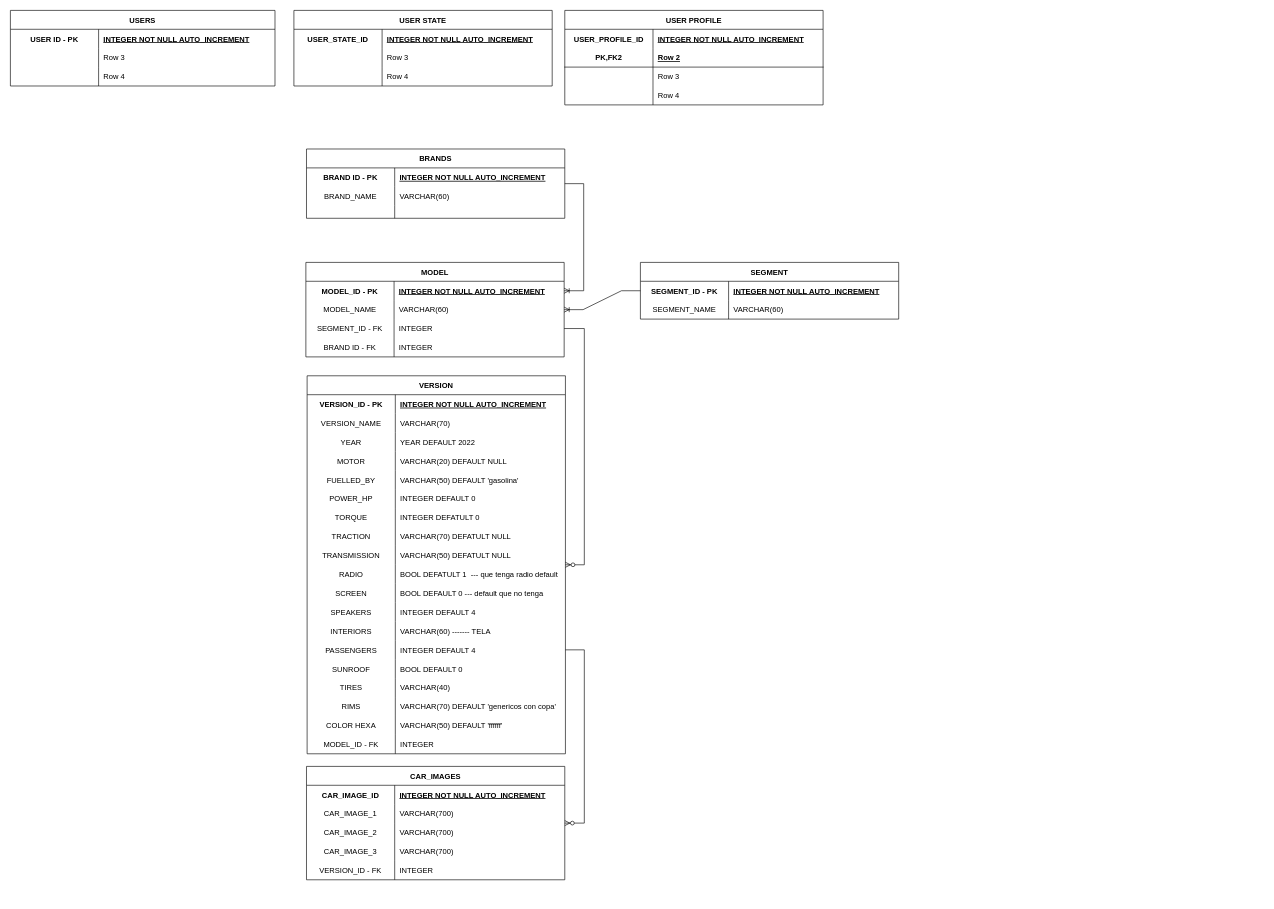
The draw.io diagram Untitled Diagram.drawio in agustinvergara/car-app-backend, before the edit. Source tidied: cells renumbered, new cells numbered last; positions are measured from the earlier drawing's top-left corner, leaving out a move shared by most shapes. Both pictures are drawn from the tidied source at 63%, with x=0, y=0 at pixel (10, 10).
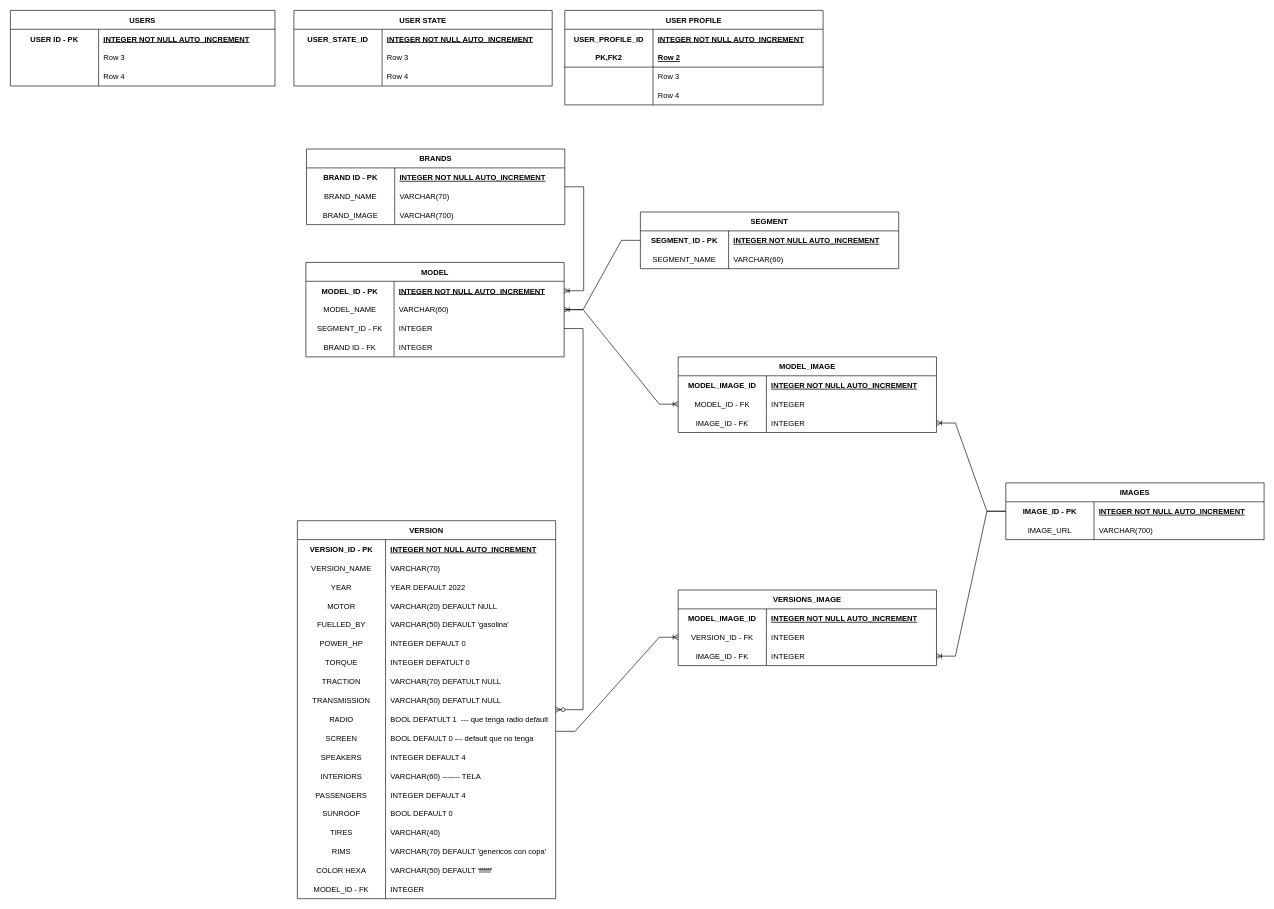
After the change.

The change refers to these unchanged cells:
```xml
<mxCell id="39" style="shape=tableRow;horizontal=0;startSize=0;swimlaneHead=0;swimlaneBody=0;fillColor=none;top=0;left=0;right=0;bottom=0;" parent="35" vertex="1">
  <mxGeometry y="60" width="410" height="30" as="geometry" />
</mxCell>
<mxCell id="52" value="MODEL" style="shape=table;startSize=30;childLayout=tableLayout;rowLines=0;fontStyle=1;align=center;" parent="1" vertex="1">
  <mxGeometry x="469" y="400" width="410" height="150" as="geometry" />
</mxCell>
<mxCell id="96" style="shape=tableRow;horizontal=0;startSize=0;swimlaneHead=0;swimlaneBody=0;fillColor=none;points=[[0,0.5],[1,0.5]];portConstraint=eastwest;top=0;left=0;right=0;bottom=0;" parent="65" vertex="1">
  <mxGeometry y="330" width="410" height="30" as="geometry" />
</mxCell>
<mxCell id="105" style="shape=tableRow;horizontal=0;startSize=0;swimlaneHead=0;swimlaneBody=0;fillColor=none;points=[[0,0.5],[1,0.5]];portConstraint=eastwest;top=0;left=0;right=0;bottom=0;" parent="65" vertex="1">
  <mxGeometry y="420" width="410" height="30" as="geometry" />
</mxCell>
```

The edit, as a diff of the source:
```diff
@@
     <mxCell id="35" value="BRANDS" style="shape=table;startSize=30;childLayout=tableLayout;rowLines=0;fontStyle=1;align=center;" parent="1" vertex="1">
-      <mxGeometry x="470" y="220" width="410" height="110" as="geometry" />
+      <mxGeometry x="470" y="220" width="410" height="120" as="geometry" />
     </mxCell>
@@
-    <mxCell id="41" value="VARCHAR(60)" style="shape=partialRectangle;fillColor=none;top=0;left=0;bottom=0;right=0;align=left;spacingLeft=6;overflow=hidden;" parent="39" vertex="1">
+    <mxCell id="41" value="VARCHAR(70)" style="shape=partialRectangle;fillColor=none;top=0;left=0;bottom=0;right=0;align=left;spacingLeft=6;overflow=hidden;" parent="39" vertex="1">
       <mxGeometry x="140" width="270" height="30" as="geometry" />
     </mxCell>
-    <mxCell id="42" style="shape=tableRow;horizontal=0;startSize=0;swimlaneHead=0;swimlaneBody=0;fillColor=none;top=0;left=0;right=0;bottom=0;" parent="35" vertex="1">
-      <mxGeometry y="90" width="410" height="20" as="geometry" />
-    </mxCell>
-    <mxCell id="43" style="shape=partialRectangle;fillColor=none;top=0;left=0;bottom=0;right=0;overflow=hidden;" parent="42" vertex="1">
-      <mxGeometry width="140" height="20" as="geometry" />
-    </mxCell>
-    <mxCell id="44" style="shape=partialRectangle;fillColor=none;top=0;left=0;bottom=0;right=0;align=left;spacingLeft=6;overflow=hidden;" parent="42" vertex="1">
-      <mxGeometry x="140" width="270" height="20" as="geometry" />
-    </mxCell>
+    <mxCell id="143" style="shape=tableRow;horizontal=0;startSize=0;swimlaneHead=0;swimlaneBody=0;fillColor=none;top=0;left=0;right=0;bottom=0;" parent="35" vertex="1">
+      <mxGeometry y="90" width="410" height="30" as="geometry" />
+    </mxCell>
+    <mxCell id="144" value="BRAND_IMAGE" style="shape=partialRectangle;fillColor=none;top=0;left=0;bottom=0;right=0;overflow=hidden;" parent="143" vertex="1">
+      <mxGeometry width="140" height="30" as="geometry" />
+    </mxCell>
+    <mxCell id="145" value="VARCHAR(700)" style="shape=partialRectangle;fillColor=none;top=0;left=0;bottom=0;right=0;align=left;spacingLeft=6;overflow=hidden;" parent="143" vertex="1">
+      <mxGeometry x="140" width="270" height="30" as="geometry" />
+    </mxCell>
     <mxCell id="45" value="SEGMENT" style="shape=table;startSize=30;childLayout=tableLayout;rowLines=0;fontStyle=1;align=center;" parent="1" vertex="1">
-      <mxGeometry x="1000" y="400" width="410" height="90" as="geometry" />
+      <mxGeometry x="1000" y="320" width="410" height="90" as="geometry" />
     </mxCell>
@@
     <mxCell id="65" value="VERSION" style="shape=table;startSize=30;childLayout=tableLayout;rowLines=0;fontStyle=1;align=center;" parent="1" vertex="1">
-      <mxGeometry x="471" y="580" width="410" height="600" as="geometry" />
+      <mxGeometry x="455.5" y="810" width="410" height="600" as="geometry" />
     </mxCell>
@@
-    <mxCell id="123" value="CAR_IMAGES" style="shape=table;startSize=30;childLayout=tableLayout;rowLines=0;fontStyle=1;align=center;" parent="1" vertex="1">
-      <mxGeometry x="470" y="1200" width="410" height="180" as="geometry" />
-    </mxCell>
-    <mxCell id="124" style="shape=tableRow;horizontal=0;startSize=0;swimlaneHead=0;swimlaneBody=0;fillColor=none;top=0;left=0;right=0;bottom=0;" parent="123" vertex="1">
-      <mxGeometry y="30" width="410" height="30" as="geometry" />
-    </mxCell>
-    <mxCell id="125" value="CAR_IMAGE_ID" style="shape=partialRectangle;fillColor=none;top=0;left=0;bottom=0;right=0;fontStyle=1;overflow=hidden;" parent="124" vertex="1">
-      <mxGeometry width="140" height="30" as="geometry" />
-    </mxCell>
-    <mxCell id="126" value="INTEGER NOT NULL AUTO_INCREMENT" style="shape=partialRectangle;fillColor=none;top=0;left=0;bottom=0;right=0;align=left;spacingLeft=6;fontStyle=5;overflow=hidden;" parent="124" vertex="1">
-      <mxGeometry x="140" width="270" height="30" as="geometry" />
-    </mxCell>
-    <mxCell id="127" style="shape=tableRow;horizontal=0;startSize=0;swimlaneHead=0;swimlaneBody=0;fillColor=none;top=0;left=0;right=0;bottom=0;" parent="123" vertex="1">
-      <mxGeometry y="60" width="410" height="30" as="geometry" />
-    </mxCell>
-    <mxCell id="128" value="CAR_IMAGE_1" style="shape=partialRectangle;fillColor=none;top=0;left=0;bottom=0;right=0;overflow=hidden;" parent="127" vertex="1">
-      <mxGeometry width="140" height="30" as="geometry" />
-    </mxCell>
-    <mxCell id="129" value="VARCHAR(700)" style="shape=partialRectangle;fillColor=none;top=0;left=0;bottom=0;right=0;align=left;spacingLeft=6;overflow=hidden;" parent="127" vertex="1">
-      <mxGeometry x="140" width="270" height="30" as="geometry" />
-    </mxCell>
-    <mxCell id="130" style="shape=tableRow;horizontal=0;startSize=0;swimlaneHead=0;swimlaneBody=0;fillColor=none;top=0;left=0;right=0;bottom=0;" parent="123" vertex="1">
-      <mxGeometry y="90" width="410" height="30" as="geometry" />
-    </mxCell>
-    <mxCell id="131" value="CAR_IMAGE_2" style="shape=partialRectangle;fillColor=none;top=0;left=0;bottom=0;right=0;overflow=hidden;" parent="130" vertex="1">
-      <mxGeometry width="140" height="30" as="geometry" />
-    </mxCell>
-    <mxCell id="132" value="VARCHAR(700)" style="shape=partialRectangle;fillColor=none;top=0;left=0;bottom=0;right=0;align=left;spacingLeft=6;overflow=hidden;" parent="130" vertex="1">
-      <mxGeometry x="140" width="270" height="30" as="geometry" />
-    </mxCell>
-    <mxCell id="133" style="shape=tableRow;horizontal=0;startSize=0;swimlaneHead=0;swimlaneBody=0;fillColor=none;top=0;left=0;right=0;bottom=0;" parent="123" vertex="1">
-      <mxGeometry y="120" width="410" height="30" as="geometry" />
-    </mxCell>
-    <mxCell id="134" value="CAR_IMAGE_3" style="shape=partialRectangle;fillColor=none;top=0;left=0;bottom=0;right=0;overflow=hidden;" parent="133" vertex="1">
-      <mxGeometry width="140" height="30" as="geometry" />
-    </mxCell>
-    <mxCell id="135" value="VARCHAR(700)" style="shape=partialRectangle;fillColor=none;top=0;left=0;bottom=0;right=0;align=left;spacingLeft=6;overflow=hidden;" parent="133" vertex="1">
-      <mxGeometry x="140" width="270" height="30" as="geometry" />
-    </mxCell>
-    <mxCell id="136" style="shape=tableRow;horizontal=0;startSize=0;swimlaneHead=0;swimlaneBody=0;fillColor=none;top=0;left=0;right=0;bottom=0;" parent="123" vertex="1">
-      <mxGeometry y="150" width="410" height="30" as="geometry" />
-    </mxCell>
-    <mxCell id="137" value="VERSION_ID - FK" style="shape=partialRectangle;fillColor=none;top=0;left=0;bottom=0;right=0;overflow=hidden;" parent="136" vertex="1">
-      <mxGeometry width="140" height="30" as="geometry" />
-    </mxCell>
-    <mxCell id="138" value="INTEGER" style="shape=partialRectangle;fillColor=none;top=0;left=0;bottom=0;right=0;align=left;spacingLeft=6;overflow=hidden;" parent="136" vertex="1">
-      <mxGeometry x="140" width="270" height="30" as="geometry" />
-    </mxCell>
@@
-    <mxCell id="141" style="edgeStyle=entityRelationEdgeStyle;fontSize=12;html=1;endArrow=ERzeroToMany;endFill=1;rounded=0;" parent="1" edge="1" source="105" target="123">
-      <mxGeometry relative="1" as="geometry" />
-    </mxCell>
@@
+    <mxCell id="146" value="IMAGES" style="shape=table;startSize=30;childLayout=tableLayout;rowLines=0;fontStyle=1;align=center;" parent="1" vertex="1">
+      <mxGeometry x="1580" y="750" width="410" height="90" as="geometry" />
+    </mxCell>
+    <mxCell id="147" style="shape=tableRow;horizontal=0;startSize=0;swimlaneHead=0;swimlaneBody=0;fillColor=none;points=[[0,0.5],[1,0.5]];portConstraint=eastwest;top=0;left=0;right=0;bottom=0;" parent="146" vertex="1">
+      <mxGeometry y="30" width="410" height="30" as="geometry" />
+    </mxCell>
+    <mxCell id="148" value="IMAGE_ID - PK" style="shape=partialRectangle;fillColor=none;top=0;left=0;bottom=0;right=0;fontStyle=1;overflow=hidden;" parent="147" vertex="1">
+      <mxGeometry width="140" height="30" as="geometry" />
+    </mxCell>
+    <mxCell id="149" value="INTEGER NOT NULL AUTO_INCREMENT" style="shape=partialRectangle;fillColor=none;top=0;left=0;bottom=0;right=0;align=left;spacingLeft=6;fontStyle=5;overflow=hidden;" parent="147" vertex="1">
+      <mxGeometry x="140" width="270" height="30" as="geometry" />
+    </mxCell>
+    <mxCell id="150" style="shape=tableRow;horizontal=0;startSize=0;swimlaneHead=0;swimlaneBody=0;fillColor=none;top=0;left=0;right=0;bottom=0;" parent="146" vertex="1">
+      <mxGeometry y="60" width="410" height="30" as="geometry" />
+    </mxCell>
+    <mxCell id="151" value="IMAGE_URL" style="shape=partialRectangle;fillColor=none;top=0;left=0;bottom=0;right=0;overflow=hidden;" parent="150" vertex="1">
+      <mxGeometry width="140" height="30" as="geometry" />
+    </mxCell>
+    <mxCell id="152" value="VARCHAR(700)" style="shape=partialRectangle;fillColor=none;top=0;left=0;bottom=0;right=0;align=left;spacingLeft=6;overflow=hidden;" parent="150" vertex="1">
+      <mxGeometry x="140" width="270" height="30" as="geometry" />
+    </mxCell>
+    <mxCell id="153" value="MODEL_IMAGE" style="shape=table;startSize=30;childLayout=tableLayout;rowLines=0;fontStyle=1;align=center;" parent="1" vertex="1">
+      <mxGeometry x="1060" y="550" width="410" height="120" as="geometry" />
+    </mxCell>
+    <mxCell id="154" style="shape=tableRow;horizontal=0;startSize=0;swimlaneHead=0;swimlaneBody=0;fillColor=none;top=0;left=0;right=0;bottom=0;" parent="153" vertex="1">
+      <mxGeometry y="30" width="410" height="30" as="geometry" />
+    </mxCell>
+    <mxCell id="155" value="MODEL_IMAGE_ID" style="shape=partialRectangle;fillColor=none;top=0;left=0;bottom=0;right=0;fontStyle=1;overflow=hidden;" parent="154" vertex="1">
+      <mxGeometry width="140" height="30" as="geometry" />
+    </mxCell>
+    <mxCell id="156" value="INTEGER NOT NULL AUTO_INCREMENT" style="shape=partialRectangle;fillColor=none;top=0;left=0;bottom=0;right=0;align=left;spacingLeft=6;fontStyle=5;overflow=hidden;" parent="154" vertex="1">
+      <mxGeometry x="140" width="270" height="30" as="geometry" />
+    </mxCell>
+    <mxCell id="157" style="shape=tableRow;horizontal=0;startSize=0;swimlaneHead=0;swimlaneBody=0;fillColor=none;points=[[0,0.5],[1,0.5]];portConstraint=eastwest;top=0;left=0;right=0;bottom=0;" parent="153" vertex="1">
+      <mxGeometry y="60" width="410" height="30" as="geometry" />
+    </mxCell>
+    <mxCell id="158" value="MODEL_ID - FK" style="shape=partialRectangle;fillColor=none;top=0;left=0;bottom=0;right=0;overflow=hidden;" parent="157" vertex="1">
+      <mxGeometry width="140" height="30" as="geometry" />
+    </mxCell>
+    <mxCell id="159" value="INTEGER" style="shape=partialRectangle;fillColor=none;top=0;left=0;bottom=0;right=0;align=left;spacingLeft=6;overflow=hidden;" parent="157" vertex="1">
+      <mxGeometry x="140" width="270" height="30" as="geometry" />
+    </mxCell>
+    <mxCell id="160" style="shape=tableRow;horizontal=0;startSize=0;swimlaneHead=0;swimlaneBody=0;fillColor=none;points=[[0,0.5],[1,0.5]];portConstraint=eastwest;top=0;left=0;right=0;bottom=0;" parent="153" vertex="1">
+      <mxGeometry y="90" width="410" height="30" as="geometry" />
+    </mxCell>
+    <mxCell id="161" value="IMAGE_ID - FK" style="shape=partialRectangle;fillColor=none;top=0;left=0;bottom=0;right=0;overflow=hidden;" parent="160" vertex="1">
+      <mxGeometry width="140" height="30" as="geometry" />
+    </mxCell>
+    <mxCell id="162" value="INTEGER" style="shape=partialRectangle;fillColor=none;top=0;left=0;bottom=0;right=0;align=left;spacingLeft=6;overflow=hidden;" parent="160" vertex="1">
+      <mxGeometry x="140" width="270" height="30" as="geometry" />
+    </mxCell>
+    <mxCell id="163" value="VERSIONS_IMAGE" style="shape=table;startSize=30;childLayout=tableLayout;rowLines=0;fontStyle=1;align=center;" parent="1" vertex="1">
+      <mxGeometry x="1060" y="920" width="410" height="120" as="geometry" />
+    </mxCell>
+    <mxCell id="164" style="shape=tableRow;horizontal=0;startSize=0;swimlaneHead=0;swimlaneBody=0;fillColor=none;top=0;left=0;right=0;bottom=0;" parent="163" vertex="1">
+      <mxGeometry y="30" width="410" height="30" as="geometry" />
+    </mxCell>
+    <mxCell id="165" value="MODEL_IMAGE_ID" style="shape=partialRectangle;fillColor=none;top=0;left=0;bottom=0;right=0;fontStyle=1;overflow=hidden;" parent="164" vertex="1">
+      <mxGeometry width="140" height="30" as="geometry" />
+    </mxCell>
+    <mxCell id="166" value="INTEGER NOT NULL AUTO_INCREMENT" style="shape=partialRectangle;fillColor=none;top=0;left=0;bottom=0;right=0;align=left;spacingLeft=6;fontStyle=5;overflow=hidden;" parent="164" vertex="1">
+      <mxGeometry x="140" width="270" height="30" as="geometry" />
+    </mxCell>
+    <mxCell id="167" style="shape=tableRow;horizontal=0;startSize=0;swimlaneHead=0;swimlaneBody=0;fillColor=none;points=[[0,0.5],[1,0.5]];portConstraint=eastwest;top=0;left=0;right=0;bottom=0;" parent="163" vertex="1">
+      <mxGeometry y="60" width="410" height="30" as="geometry" />
+    </mxCell>
+    <mxCell id="137" value="VERSION_ID - FK" style="shape=partialRectangle;fillColor=none;top=0;left=0;bottom=0;right=0;overflow=hidden;" parent="167" vertex="1">
+      <mxGeometry width="140" height="30" as="geometry" />
+    </mxCell>
+    <mxCell id="168" value="INTEGER" style="shape=partialRectangle;fillColor=none;top=0;left=0;bottom=0;right=0;align=left;spacingLeft=6;overflow=hidden;" parent="167" vertex="1">
+      <mxGeometry x="140" width="270" height="30" as="geometry" />
+    </mxCell>
+    <mxCell id="169" style="shape=tableRow;horizontal=0;startSize=0;swimlaneHead=0;swimlaneBody=0;fillColor=none;points=[[0,0.5],[1,0.5]];portConstraint=eastwest;top=0;left=0;right=0;bottom=0;" parent="163" vertex="1">
+      <mxGeometry y="90" width="410" height="30" as="geometry" />
+    </mxCell>
+    <mxCell id="170" value="IMAGE_ID - FK" style="shape=partialRectangle;fillColor=none;top=0;left=0;bottom=0;right=0;overflow=hidden;" parent="169" vertex="1">
+      <mxGeometry width="140" height="30" as="geometry" />
+    </mxCell>
+    <mxCell id="171" value="INTEGER" style="shape=partialRectangle;fillColor=none;top=0;left=0;bottom=0;right=0;align=left;spacingLeft=6;overflow=hidden;" parent="169" vertex="1">
+      <mxGeometry x="140" width="270" height="30" as="geometry" />
+    </mxCell>
+    <mxCell id="172" style="edgeStyle=entityRelationEdgeStyle;fontSize=12;html=1;endArrow=ERoneToMany;rounded=0;" parent="1" edge="1" source="147" target="160">
+      <mxGeometry relative="1" as="geometry" />
+    </mxCell>
+    <mxCell id="173" style="edgeStyle=entityRelationEdgeStyle;fontSize=12;html=1;endArrow=ERoneToMany;rounded=0;" parent="1" edge="1" source="52" target="157">
+      <mxGeometry relative="1" as="geometry" />
+    </mxCell>
+    <mxCell id="174" style="edgeStyle=entityRelationEdgeStyle;fontSize=12;html=1;endArrow=ERoneToMany;rounded=0;exitX=0;exitY=0.5;exitDx=0;exitDy=0;" parent="1" edge="1" source="147" target="169">
+      <mxGeometry relative="1" as="geometry" />
+    </mxCell>
+    <mxCell id="175" style="edgeStyle=entityRelationEdgeStyle;fontSize=12;html=1;endArrow=ERoneToMany;rounded=0;exitX=1.002;exitY=0.144;exitDx=0;exitDy=0;exitPerimeter=0;" parent="1" edge="1" source="96" target="167">
+      <mxGeometry relative="1" as="geometry" />
+    </mxCell>
```
